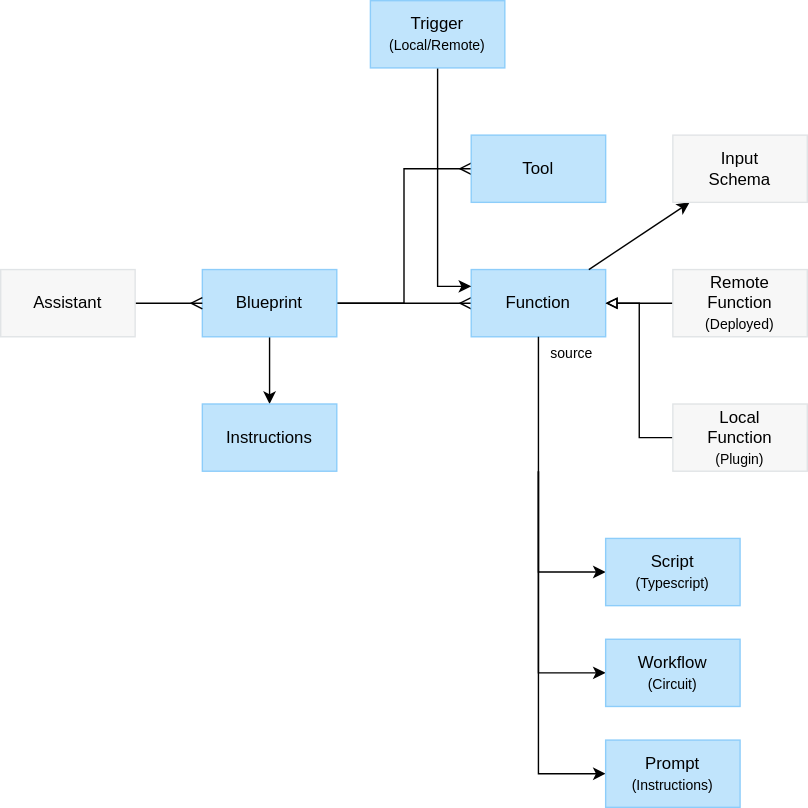
Before: packages/core/blueprints/docs/blueprints.drawio.svg, a diagram exported from draw.io (dxos/dxos). Source tidied: cells renumbered, new cells last; positions are measured from the earlier drawing's top-left corner, leaving out a move shared by most shapes.
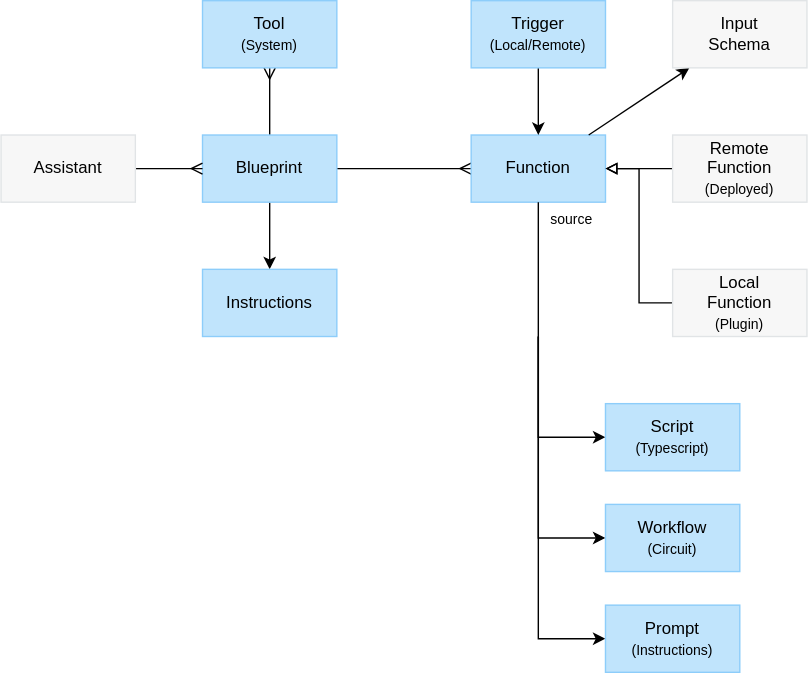
After the change.

What changed in the source:
```diff
@@ -8,18 +8,13 @@
     <mxCell id="3" style="edgeStyle=none;html=1;exitX=0.5;exitY=1;exitDx=0;exitDy=0;" parent="1" edge="1" source="5" target="14">
       <mxGeometry relative="1" as="geometry" />
     </mxCell>
-    <mxCell id="4" style="edgeStyle=none;html=1;exitX=1;exitY=0.5;exitDx=0;exitDy=0;entryX=0;entryY=0.5;entryDx=0;entryDy=0;fontSize=10;endArrow=ERmany;endFill=0;rounded=0;" parent="1" edge="1" source="5" target="25">
-      <mxGeometry relative="1" as="geometry">
-        <Array as="points">
-          <mxPoint x="288" y="216" />
-          <mxPoint x="288" y="120" />
-        </Array>
-      </mxGeometry>
+    <mxCell id="4" style="edgeStyle=none;html=1;fontSize=10;endArrow=ERmany;endFill=0;rounded=0;" parent="1" edge="1" source="5" target="25">
+      <mxGeometry relative="1" as="geometry" />
     </mxCell>
     <mxCell id="5" value="Blueprint" style="rounded=0;whiteSpace=wrap;html=1;fillColor=#C0E4FC;fontColor=#000000;strokeColor=#8DCDFA;" parent="1" vertex="1">
       <mxGeometry x="144" y="192" width="96" height="48" as="geometry" />
     </mxCell>
-    <mxCell id="6" value="&lt;div&gt;&lt;span style=&quot;background-color: transparent;&quot;&gt;Function&lt;/span&gt;&lt;/div&gt;" style="rounded=0;whiteSpace=wrap;html=1;fillColor=#C0E4FC;fontColor=#000000;strokeColor=#8DCDFA;" parent="1" vertex="1">
+    <mxCell id="6" value="&lt;div&gt;&lt;span style=&quot;background-color: transparent;&quot;&gt;Function&lt;/span&gt;&lt;/div&gt;&lt;div&gt;&lt;/div&gt;" style="rounded=0;whiteSpace=wrap;html=1;fillColor=#C0E4FC;fontColor=#000000;strokeColor=#8DCDFA;" parent="1" vertex="1">
       <mxGeometry x="336" y="192" width="96" height="48" as="geometry" />
     </mxCell>
     <mxCell id="7" style="edgeStyle=none;html=1;" parent="1" edge="1" source="6" target="13">
@@ -48,16 +43,11 @@
         </Array>
       </mxGeometry>
     </mxCell>
-    <mxCell id="11" style="edgeStyle=none;html=1;entryX=0;entryY=0.25;entryDx=0;entryDy=0;rounded=0;curved=0;" parent="1" edge="1" source="12" target="6">
-      <mxGeometry relative="1" as="geometry">
-        <Array as="points">
-          <mxPoint x="312" y="120" />
-          <mxPoint x="312" y="204" />
-        </Array>
-      </mxGeometry>
+    <mxCell id="11" style="edgeStyle=none;html=1;rounded=0;curved=0;" parent="1" edge="1" source="12" target="6">
+      <mxGeometry relative="1" as="geometry" />
     </mxCell>
     <mxCell id="12" value="Trigger&lt;br&gt;&lt;font style=&quot;font-size: 10px;&quot;&gt;(Local/Remote)&lt;/font&gt;" style="rounded=0;whiteSpace=wrap;html=1;fillColor=#C0E4FC;fontColor=#000000;strokeColor=#8DCDFA;" parent="1" vertex="1">
-      <mxGeometry x="264" width="96" height="48" as="geometry" />
+      <mxGeometry x="336" y="96" width="96" height="48" as="geometry" />
     </mxCell>
     <mxCell id="13" value="Input&lt;div&gt;Schema&lt;/div&gt;" style="rounded=0;whiteSpace=wrap;html=1;fillColor=#F7F7F7;fontColor=#000000;strokeColor=#E1E4E6;" parent="1" vertex="1">
       <mxGeometry x="480" y="96" width="96" height="48" as="geometry" />
@@ -104,8 +94,8 @@
     <mxCell id="24" value="source" style="rounded=0;whiteSpace=wrap;html=1;fillColor=none;fontColor=#000000;strokeColor=none;fontSize=10;" parent="1" vertex="1">
       <mxGeometry x="384" y="240" width="48" height="24" as="geometry" />
     </mxCell>
-    <mxCell id="25" value="Tool" style="rounded=0;whiteSpace=wrap;html=1;fillColor=#C0E4FC;fontColor=#000000;strokeColor=#8DCDFA;" parent="1" vertex="1">
-      <mxGeometry x="336" y="96" width="96" height="48" as="geometry" />
+    <mxCell id="25" value="Tool&lt;br&gt;&lt;font style=&quot;font-size: 10px;&quot;&gt;(System)&lt;/font&gt;" style="rounded=0;whiteSpace=wrap;html=1;fillColor=#C0E4FC;fontColor=#000000;strokeColor=#8DCDFA;" parent="1" vertex="1">
+      <mxGeometry x="144" y="96" width="96" height="48" as="geometry" />
     </mxCell>
   </root>
 </mxGraphModel>
```
